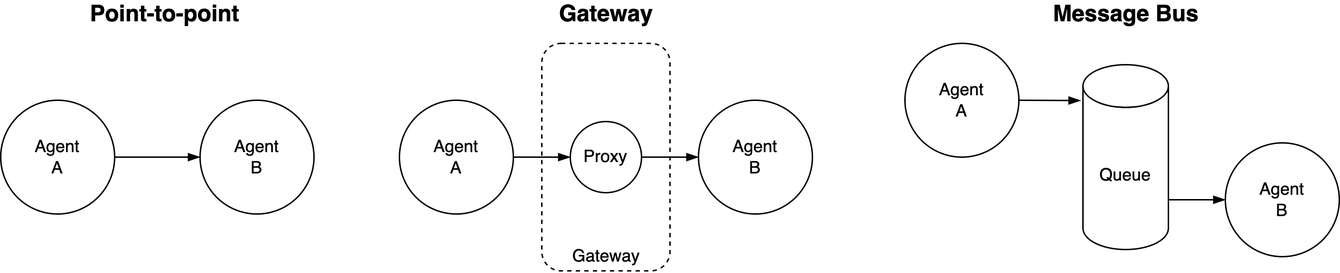
Above: img/communication-patterns-messaging.png in voschezang/coding-handbook (draw.io), before the change. Source tidied: cells renumbered, new cells last; positions are measured from the earlier drawing's top-left corner, leaving out a move shared by most shapes. The source it was exported from:
```xml
<mxGraphModel>
  <root>
    <mxCell id="0" />
    <mxCell id="1" parent="0" />
    <mxCell id="2" style="edgeStyle=none;rounded=0;jettySize=auto;html=1;exitX=1;exitY=0.5;exitDx=0;exitDy=0;entryX=0;entryY=0.5;entryDx=0;entryDy=0;endArrow=blockThin;endFill=1;" parent="1" edge="1" source="3" target="4">
      <mxGeometry relative="1" as="geometry" />
    </mxCell>
    <mxCell id="3" value="Agent&lt;br&gt;A" style="ellipse;whiteSpace=wrap;html=1;" parent="1" vertex="1">
      <mxGeometry y="70" width="80" height="80" as="geometry" />
    </mxCell>
    <mxCell id="4" value="Agent&lt;br&gt;B" style="ellipse;whiteSpace=wrap;html=1;" parent="1" vertex="1">
      <mxGeometry x="140" y="70" width="80" height="80" as="geometry" />
    </mxCell>
    <mxCell id="5" style="edgeStyle=none;rounded=0;jettySize=auto;html=1;exitX=1;exitY=0.5;exitDx=0;exitDy=0;entryX=0;entryY=0.5;entryDx=0;entryDy=0;endArrow=blockThin;endFill=1;" parent="1" edge="1" source="6" target="10">
      <mxGeometry relative="1" as="geometry" />
    </mxCell>
    <mxCell id="6" value="Agent&lt;br&gt;A" style="ellipse;whiteSpace=wrap;html=1;" parent="1" vertex="1">
      <mxGeometry x="280" y="70" width="80" height="80" as="geometry" />
    </mxCell>
    <mxCell id="7" value="Agent&lt;br&gt;B" style="ellipse;whiteSpace=wrap;html=1;" parent="1" vertex="1">
      <mxGeometry x="490" y="70" width="80" height="80" as="geometry" />
    </mxCell>
    <mxCell id="8" style="rounded=1;whiteSpace=wrap;html=1;fillColor=none;dashed=1;" parent="1" vertex="1">
      <mxGeometry x="380" y="30" width="90" height="160" as="geometry" />
    </mxCell>
    <mxCell id="9" style="edgeStyle=none;rounded=0;jettySize=auto;html=1;exitX=1;exitY=0.5;exitDx=0;exitDy=0;entryX=0;entryY=0.5;entryDx=0;entryDy=0;endArrow=blockThin;endFill=1;" parent="1" edge="1" source="10" target="7">
      <mxGeometry relative="1" as="geometry" />
    </mxCell>
    <mxCell id="10" value="Proxy" style="ellipse;whiteSpace=wrap;html=1;" parent="1" vertex="1">
      <mxGeometry x="400" y="85" width="50" height="50" as="geometry" />
    </mxCell>
    <mxCell id="11" value="Gateway" style="text;html=1;align=center;verticalAlign=middle;strokeColor=none;fillColor=none;" parent="1" vertex="1">
      <mxGeometry x="395" y="170" width="60" height="20" as="geometry" />
    </mxCell>
    <mxCell id="12" style="edgeStyle=none;rounded=0;jettySize=auto;html=1;exitX=1;exitY=0.5;exitDx=0;exitDy=0;entryX=-0.028;entryY=0.194;entryDx=0;entryDy=0;endArrow=blockThin;endFill=1;entryPerimeter=0;" parent="1" edge="1" source="13" target="16">
      <mxGeometry relative="1" as="geometry" />
    </mxCell>
    <mxCell id="13" value="Agent&lt;br&gt;A" style="ellipse;whiteSpace=wrap;html=1;" parent="1" vertex="1">
      <mxGeometry x="635" y="30" width="80" height="80" as="geometry" />
    </mxCell>
    <mxCell id="14" value="Agent&lt;br&gt;B" style="ellipse;whiteSpace=wrap;html=1;" parent="1" vertex="1">
      <mxGeometry x="860" y="100" width="80" height="80" as="geometry" />
    </mxCell>
    <mxCell id="15" style="edgeStyle=none;rounded=0;jettySize=auto;html=1;exitX=1;exitY=0.5;exitDx=0;exitDy=0;entryX=0;entryY=0.5;entryDx=0;entryDy=0;endArrow=blockThin;endFill=1;" parent="1" edge="1" target="14">
      <mxGeometry relative="1" as="geometry">
        <mxPoint x="820" y="140" as="sourcePoint" />
      </mxGeometry>
    </mxCell>
    <mxCell id="16" value="Queue" style="shape=cylinder3;whiteSpace=wrap;html=1;boundedLbl=1;backgroundOutline=1;size=15;fillColor=none;" parent="1" vertex="1">
      <mxGeometry x="760" y="45" width="60" height="130" as="geometry" />
    </mxCell>
    <mxCell id="17" value="&lt;font style=&quot;font-size: 16px;&quot;&gt;&lt;b&gt;Point-to-point&lt;/b&gt;&lt;/font&gt;" style="text;html=1;align=center;verticalAlign=middle;strokeColor=none;fillColor=none;" parent="1" vertex="1">
      <mxGeometry x="55" width="120" height="20" as="geometry" />
    </mxCell>
    <mxCell id="18" value="&lt;font style=&quot;font-size: 16px;&quot;&gt;&lt;b&gt;Gateway&lt;/b&gt;&lt;/font&gt;" style="text;html=1;align=center;verticalAlign=middle;strokeColor=none;fillColor=none;" parent="1" vertex="1">
      <mxGeometry x="385" width="80" height="20" as="geometry" />
    </mxCell>
    <mxCell id="19" value="&lt;font style=&quot;font-size: 16px;&quot;&gt;&lt;b&gt;Message Bus&lt;/b&gt;&lt;/font&gt;" style="text;html=1;align=center;verticalAlign=middle;strokeColor=none;fillColor=none;" parent="1" vertex="1">
      <mxGeometry x="730" width="120" height="20" as="geometry" />
    </mxCell>
  </root>
</mxGraphModel>
```
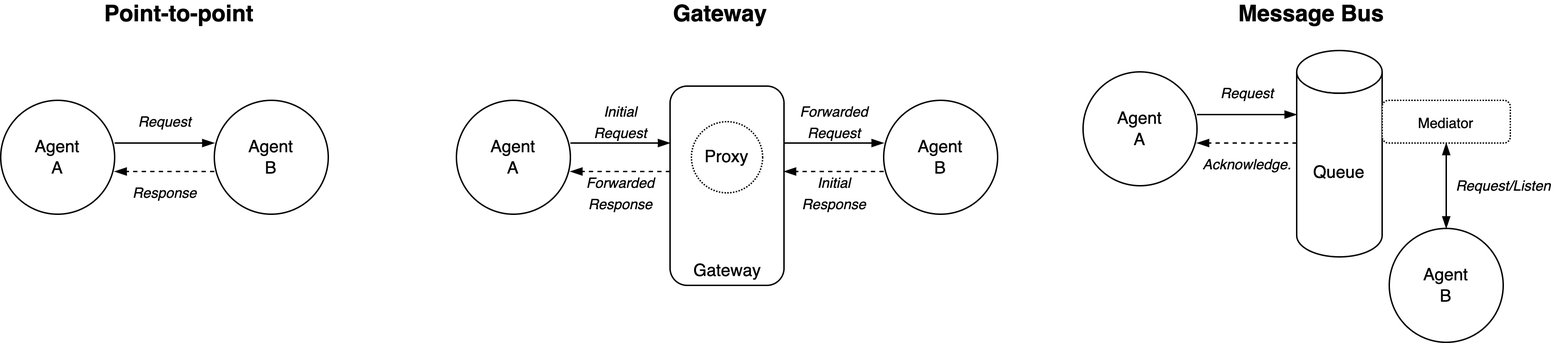
After the change.

Diff of the diagram source:
```diff
@@ -2,61 +2,125 @@
   <root>
     <mxCell id="0" />
     <mxCell id="1" parent="0" />
-    <mxCell id="2" style="edgeStyle=none;rounded=0;jettySize=auto;html=1;exitX=1;exitY=0.5;exitDx=0;exitDy=0;entryX=0;entryY=0.5;entryDx=0;entryDy=0;endArrow=blockThin;endFill=1;" parent="1" edge="1" source="3" target="4">
-      <mxGeometry relative="1" as="geometry" />
+    <mxCell id="2" style="rounded=1;whiteSpace=wrap;html=1;fillColor=none;" parent="1" vertex="1">
+      <mxGeometry x="410" y="430" width="80" height="140" as="geometry" />
     </mxCell>
-    <mxCell id="3" value="Agent&lt;br&gt;A" style="ellipse;whiteSpace=wrap;html=1;" parent="1" vertex="1">
-      <mxGeometry y="70" width="80" height="80" as="geometry" />
+    <mxCell id="3" style="edgeStyle=none;rounded=0;orthogonalLoop=1;jettySize=auto;html=1;exitX=1;exitY=0.5;exitDx=0;exitDy=0;entryX=0;entryY=0.5;entryDx=0;entryDy=0;endArrow=blockThin;endFill=1;" parent="1" edge="1">
+      <mxGeometry relative="1" as="geometry">
+        <mxPoint x="20" y="470" as="sourcePoint" />
+        <mxPoint x="90" y="470" as="targetPoint" />
+      </mxGeometry>
     </mxCell>
-    <mxCell id="4" value="Agent&lt;br&gt;B" style="ellipse;whiteSpace=wrap;html=1;" parent="1" vertex="1">
-      <mxGeometry x="140" y="70" width="80" height="80" as="geometry" />
+    <mxCell id="4" value="Agent&lt;br&gt;A" style="ellipse;whiteSpace=wrap;html=1;" parent="1" vertex="1">
+      <mxGeometry x="-60" y="440" width="80" height="80" as="geometry" />
     </mxCell>
-    <mxCell id="5" style="edgeStyle=none;rounded=0;jettySize=auto;html=1;exitX=1;exitY=0.5;exitDx=0;exitDy=0;entryX=0;entryY=0.5;entryDx=0;entryDy=0;endArrow=blockThin;endFill=1;" parent="1" edge="1" source="6" target="10">
-      <mxGeometry relative="1" as="geometry" />
+    <mxCell id="5" value="Agent&lt;br&gt;B" style="ellipse;whiteSpace=wrap;html=1;" parent="1" vertex="1">
+      <mxGeometry x="90" y="440" width="80" height="80" as="geometry" />
     </mxCell>
     <mxCell id="6" value="Agent&lt;br&gt;A" style="ellipse;whiteSpace=wrap;html=1;" parent="1" vertex="1">
-      <mxGeometry x="280" y="70" width="80" height="80" as="geometry" />
+      <mxGeometry x="700" y="420" width="80" height="80" as="geometry" />
     </mxCell>
     <mxCell id="7" value="Agent&lt;br&gt;B" style="ellipse;whiteSpace=wrap;html=1;" parent="1" vertex="1">
-      <mxGeometry x="490" y="70" width="80" height="80" as="geometry" />
+      <mxGeometry x="915" y="530" width="80" height="80" as="geometry" />
     </mxCell>
-    <mxCell id="8" style="rounded=1;whiteSpace=wrap;html=1;fillColor=none;dashed=1;" parent="1" vertex="1">
-      <mxGeometry x="380" y="30" width="90" height="160" as="geometry" />
+    <mxCell id="8" value="Queue" style="shape=cylinder3;whiteSpace=wrap;html=1;boundedLbl=1;backgroundOutline=1;size=15;fillColor=none;" parent="1" vertex="1">
+      <mxGeometry x="850" y="405" width="60" height="145" as="geometry" />
     </mxCell>
-    <mxCell id="9" style="edgeStyle=none;rounded=0;jettySize=auto;html=1;exitX=1;exitY=0.5;exitDx=0;exitDy=0;entryX=0;entryY=0.5;entryDx=0;entryDy=0;endArrow=blockThin;endFill=1;" parent="1" edge="1" source="10" target="7">
-      <mxGeometry relative="1" as="geometry" />
+    <mxCell id="9" value="&lt;font style=&quot;font-size: 16px;&quot;&gt;&lt;b&gt;Point-to-point&lt;/b&gt;&lt;/font&gt;" style="text;html=1;align=center;verticalAlign=middle;strokeColor=none;fillColor=none;" parent="1" vertex="1">
+      <mxGeometry x="5" y="370" width="120" height="20" as="geometry" />
     </mxCell>
-    <mxCell id="10" value="Proxy" style="ellipse;whiteSpace=wrap;html=1;" parent="1" vertex="1">
-      <mxGeometry x="400" y="85" width="50" height="50" as="geometry" />
+    <mxCell id="10" value="&lt;font style=&quot;font-size: 16px;&quot;&gt;&lt;b&gt;Gateway&lt;/b&gt;&lt;/font&gt;" style="text;html=1;align=center;verticalAlign=middle;points=[];strokeColor=none;fillColor=none;" parent="1" vertex="1">
+      <mxGeometry x="405" y="370" width="80" height="20" as="geometry" />
     </mxCell>
-    <mxCell id="11" value="Gateway" style="text;html=1;align=center;verticalAlign=middle;strokeColor=none;fillColor=none;" parent="1" vertex="1">
-      <mxGeometry x="395" y="170" width="60" height="20" as="geometry" />
+    <mxCell id="11" value="&lt;font style=&quot;font-size: 16px;&quot;&gt;&lt;b&gt;Message Bus&lt;/b&gt;&lt;/font&gt;" style="text;html=1;align=center;verticalAlign=middle;strokeColor=none;fillColor=none;" parent="1" vertex="1">
+      <mxGeometry x="800" y="370" width="120" height="20" as="geometry" />
     </mxCell>
-    <mxCell id="12" style="edgeStyle=none;rounded=0;jettySize=auto;html=1;exitX=1;exitY=0.5;exitDx=0;exitDy=0;entryX=-0.028;entryY=0.194;entryDx=0;entryDy=0;endArrow=blockThin;endFill=1;entryPerimeter=0;" parent="1" edge="1" source="13" target="16">
-      <mxGeometry relative="1" as="geometry" />
+    <mxCell id="12" value="&lt;font style=&quot;font-size: 10px;&quot;&gt;&lt;i&gt;Request&lt;/i&gt;&lt;/font&gt;" style="text;html=1;align=center;verticalAlign=middle;strokeColor=none;fillColor=none;" parent="1" vertex="1">
+      <mxGeometry x="25" y="440" width="60" height="30" as="geometry" />
     </mxCell>
-    <mxCell id="13" value="Agent&lt;br&gt;A" style="ellipse;whiteSpace=wrap;html=1;" parent="1" vertex="1">
-      <mxGeometry x="635" y="30" width="80" height="80" as="geometry" />
+    <mxCell id="13" value="&lt;font style=&quot;font-size: 10px;&quot;&gt;&lt;i&gt;Response&lt;/i&gt;&lt;/font&gt;" style="text;html=1;align=center;verticalAlign=middle;points=[];strokeColor=none;fillColor=none;" parent="1" vertex="1">
+      <mxGeometry x="20" y="490" width="70" height="30" as="geometry" />
     </mxCell>
-    <mxCell id="14" value="Agent&lt;br&gt;B" style="ellipse;whiteSpace=wrap;html=1;" parent="1" vertex="1">
-      <mxGeometry x="860" y="100" width="80" height="80" as="geometry" />
+    <mxCell id="14" style="edgeStyle=none;rounded=0;orthogonalLoop=1;jettySize=auto;html=1;exitX=1;exitY=0.5;exitDx=0;exitDy=0;endArrow=blockThin;endFill=1;dashed=1;" parent="1" edge="1">
+      <mxGeometry relative="1" as="geometry">
+        <mxPoint x="90" y="490" as="sourcePoint" />
+        <mxPoint x="20" y="490" as="targetPoint" />
+      </mxGeometry>
     </mxCell>
-    <mxCell id="15" style="edgeStyle=none;rounded=0;jettySize=auto;html=1;exitX=1;exitY=0.5;exitDx=0;exitDy=0;entryX=0;entryY=0.5;entryDx=0;entryDy=0;endArrow=blockThin;endFill=1;" parent="1" edge="1" target="14">
+    <mxCell id="15" style="edgeStyle=none;rounded=0;orthogonalLoop=1;jettySize=auto;html=1;exitX=1;exitY=0.5;exitDx=0;exitDy=0;entryX=0;entryY=0.5;entryDx=0;entryDy=0;endArrow=blockThin;endFill=1;" parent="1" edge="1">
       <mxGeometry relative="1" as="geometry">
-        <mxPoint x="820" y="140" as="sourcePoint" />
+        <mxPoint x="340" y="470" as="sourcePoint" />
+        <mxPoint x="410" y="470" as="targetPoint" />
       </mxGeometry>
     </mxCell>
-    <mxCell id="16" value="Queue" style="shape=cylinder3;whiteSpace=wrap;html=1;boundedLbl=1;backgroundOutline=1;size=15;fillColor=none;" parent="1" vertex="1">
-      <mxGeometry x="760" y="45" width="60" height="130" as="geometry" />
+    <mxCell id="16" value="Agent&lt;br&gt;A" style="ellipse;whiteSpace=wrap;html=1;" parent="1" vertex="1">
+      <mxGeometry x="260" y="440" width="80" height="80" as="geometry" />
     </mxCell>
-    <mxCell id="17" value="&lt;font style=&quot;font-size: 16px;&quot;&gt;&lt;b&gt;Point-to-point&lt;/b&gt;&lt;/font&gt;" style="text;html=1;align=center;verticalAlign=middle;strokeColor=none;fillColor=none;" parent="1" vertex="1">
-      <mxGeometry x="55" width="120" height="20" as="geometry" />
+    <mxCell id="17" value="Proxy" style="ellipse;whiteSpace=wrap;html=1;dashed=1;dashPattern=1 1;" parent="1" vertex="1">
+      <mxGeometry x="425" y="455" width="50" height="50" as="geometry" />
     </mxCell>
-    <mxCell id="18" value="&lt;font style=&quot;font-size: 16px;&quot;&gt;&lt;b&gt;Gateway&lt;/b&gt;&lt;/font&gt;" style="text;html=1;align=center;verticalAlign=middle;strokeColor=none;fillColor=none;" parent="1" vertex="1">
-      <mxGeometry x="385" width="80" height="20" as="geometry" />
+    <mxCell id="18" value="&lt;font style=&quot;font-size: 10px;&quot;&gt;&lt;i&gt;Initial&lt;br&gt;Request&lt;/i&gt;&lt;/font&gt;" style="text;html=1;align=center;verticalAlign=middle;strokeColor=none;fillColor=none;" parent="1" vertex="1">
+      <mxGeometry x="345" y="435" width="60" height="40" as="geometry" />
     </mxCell>
-    <mxCell id="19" value="&lt;font style=&quot;font-size: 16px;&quot;&gt;&lt;b&gt;Message Bus&lt;/b&gt;&lt;/font&gt;" style="text;html=1;align=center;verticalAlign=middle;strokeColor=none;fillColor=none;" parent="1" vertex="1">
-      <mxGeometry x="730" width="120" height="20" as="geometry" />
+    <mxCell id="19" value="&lt;font style=&quot;font-size: 10px;&quot;&gt;&lt;i&gt;Forwarded&lt;br&gt;Response&lt;/i&gt;&lt;/font&gt;" style="text;html=1;align=center;verticalAlign=middle;strokeColor=none;fillColor=none;" parent="1" vertex="1">
+      <mxGeometry x="340" y="485" width="70" height="40" as="geometry" />
     </mxCell>
+    <mxCell id="20" style="edgeStyle=none;rounded=0;orthogonalLoop=1;jettySize=auto;html=1;exitX=1;exitY=0.5;exitDx=0;exitDy=0;endArrow=blockThin;endFill=1;dashed=1;" parent="1" edge="1">
+      <mxGeometry relative="1" as="geometry">
+        <mxPoint x="410" y="490" as="sourcePoint" />
+        <mxPoint x="340" y="490" as="targetPoint" />
+      </mxGeometry>
+    </mxCell>
+    <mxCell id="21" style="edgeStyle=none;rounded=0;orthogonalLoop=1;jettySize=auto;html=1;exitX=1;exitY=0.5;exitDx=0;exitDy=0;entryX=0;entryY=0.5;entryDx=0;entryDy=0;endArrow=blockThin;endFill=1;" parent="1" edge="1">
+      <mxGeometry relative="1" as="geometry">
+        <mxPoint x="490" y="470" as="sourcePoint" />
+        <mxPoint x="560" y="470" as="targetPoint" />
+      </mxGeometry>
+    </mxCell>
+    <mxCell id="22" value="Agent&lt;br&gt;B" style="ellipse;whiteSpace=wrap;html=1;" parent="1" vertex="1">
+      <mxGeometry x="560" y="440" width="80" height="80" as="geometry" />
+    </mxCell>
+    <mxCell id="23" value="&lt;font style=&quot;font-size: 10px;&quot;&gt;&lt;i&gt;Forwarded&lt;br&gt;Request&lt;/i&gt;&lt;/font&gt;" style="text;html=1;align=center;verticalAlign=middle;strokeColor=none;fillColor=none;" parent="1" vertex="1">
+      <mxGeometry x="490" y="435" width="70" height="40" as="geometry" />
+    </mxCell>
+    <mxCell id="24" value="&lt;font style=&quot;font-size: 10px;&quot;&gt;&lt;i&gt;Initial&lt;br&gt;Response&lt;/i&gt;&lt;/font&gt;" style="text;html=1;align=center;verticalAlign=middle;strokeColor=none;fillColor=none;" parent="1" vertex="1">
+      <mxGeometry x="490" y="485" width="70" height="40" as="geometry" />
+    </mxCell>
+    <mxCell id="25" style="edgeStyle=none;rounded=0;orthogonalLoop=1;jettySize=auto;html=1;exitX=1;exitY=0.5;exitDx=0;exitDy=0;endArrow=blockThin;endFill=1;dashed=1;" parent="1" edge="1">
+      <mxGeometry relative="1" as="geometry">
+        <mxPoint x="560" y="490" as="sourcePoint" />
+        <mxPoint x="490" y="490" as="targetPoint" />
+      </mxGeometry>
+    </mxCell>
+    <mxCell id="26" value="Gateway" style="text;html=1;align=center;verticalAlign=middle;strokeColor=none;fillColor=none;" parent="1" vertex="1">
+      <mxGeometry x="420" y="550" width="60" height="20" as="geometry" />
+    </mxCell>
+    <mxCell id="27" value="&lt;span style=&quot;font-size: 10px;&quot;&gt;&lt;i&gt;Request&lt;/i&gt;&lt;/span&gt;" style="text;html=1;align=center;verticalAlign=middle;strokeColor=none;fillColor=none;" parent="1" vertex="1">
+      <mxGeometry x="785" y="420" width="60" height="30" as="geometry" />
+    </mxCell>
+    <mxCell id="28" value="&lt;span style=&quot;font-size: 10px;&quot;&gt;&lt;i&gt;Acknowledge.&lt;/i&gt;&lt;/span&gt;" style="text;html=1;align=center;verticalAlign=middle;strokeColor=none;fillColor=none;" parent="1" vertex="1">
+      <mxGeometry x="770" y="470" width="90" height="30" as="geometry" />
+    </mxCell>
+    <mxCell id="29" style="edgeStyle=orthogonalEdgeStyle;rounded=0;jettySize=auto;html=1;exitX=0.5;exitY=1;exitDx=0;exitDy=0;fontSize=10;startArrow=blockThin;startFill=1;endArrow=blockThin;endFill=1;entryX=0.5;entryY=0;entryDx=0;entryDy=0;" parent="1" edge="1" source="30" target="7">
+      <mxGeometry relative="1" as="geometry" />
+    </mxCell>
+    <mxCell id="30" value="Mediator" style="rounded=1;whiteSpace=wrap;html=1;fontSize=10;dashed=1;dashPattern=1 1;" parent="1" vertex="1">
+      <mxGeometry x="910" y="440" width="90" height="30" as="geometry" />
+    </mxCell>
+    <mxCell id="31" value="&lt;span style=&quot;font-size: 10px;&quot;&gt;&lt;i&gt;Request/Listen&lt;/i&gt;&lt;/span&gt;" style="text;html=1;align=center;verticalAlign=middle;strokeColor=none;fillColor=none;" parent="1" vertex="1">
+      <mxGeometry x="950" y="485" width="90" height="30" as="geometry" />
+    </mxCell>
+    <mxCell id="32" style="edgeStyle=none;rounded=0;orthogonalLoop=1;jettySize=auto;html=1;exitX=1;exitY=0.5;exitDx=0;exitDy=0;entryX=0;entryY=0.5;entryDx=0;entryDy=0;endArrow=blockThin;endFill=1;" parent="1" edge="1">
+      <mxGeometry relative="1" as="geometry">
+        <mxPoint x="780" y="450" as="sourcePoint" />
+        <mxPoint x="850" y="450" as="targetPoint" />
+      </mxGeometry>
+    </mxCell>
+    <mxCell id="33" style="edgeStyle=none;rounded=0;orthogonalLoop=1;jettySize=auto;html=1;exitX=1;exitY=0.5;exitDx=0;exitDy=0;endArrow=blockThin;endFill=1;dashed=1;" parent="1" edge="1">
+      <mxGeometry relative="1" as="geometry">
+        <mxPoint x="850" y="470" as="sourcePoint" />
+        <mxPoint x="780" y="470" as="targetPoint" />
+      </mxGeometry>
+    </mxCell>
   </root>
 </mxGraphModel>
```
